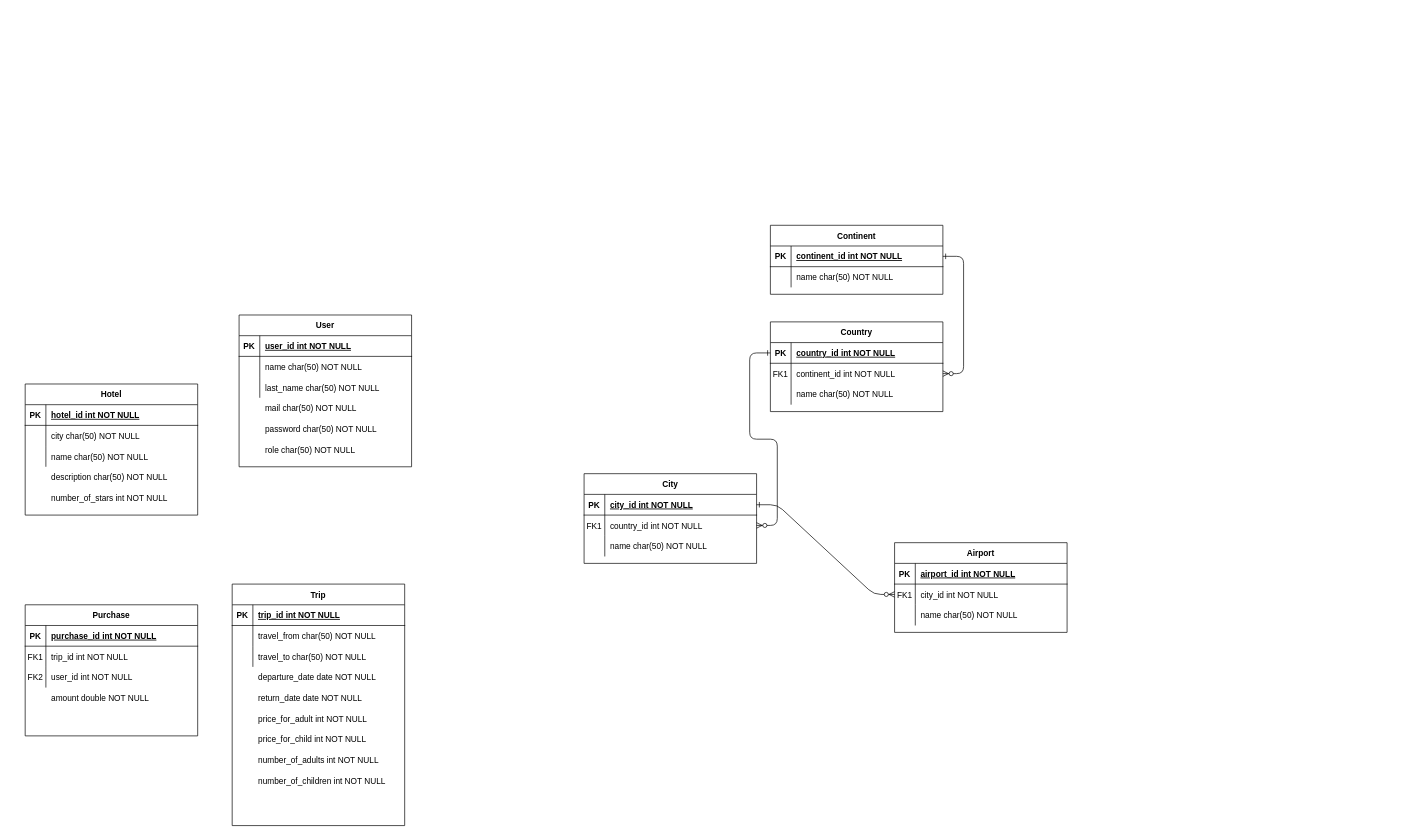
bartlomiej-druszcz/travel-office keeps this draw.io diagram as Diagram bez tytułu.drawio. Above is the earlier version. Source tidied: cells renumbered, new cells numbered last; positions are measured from the earlier drawing's top-left corner, leaving out a move shared by most shapes. Both pictures are drawn from the tidied source at 69%, with x=0, y=0 at pixel (18, 225).
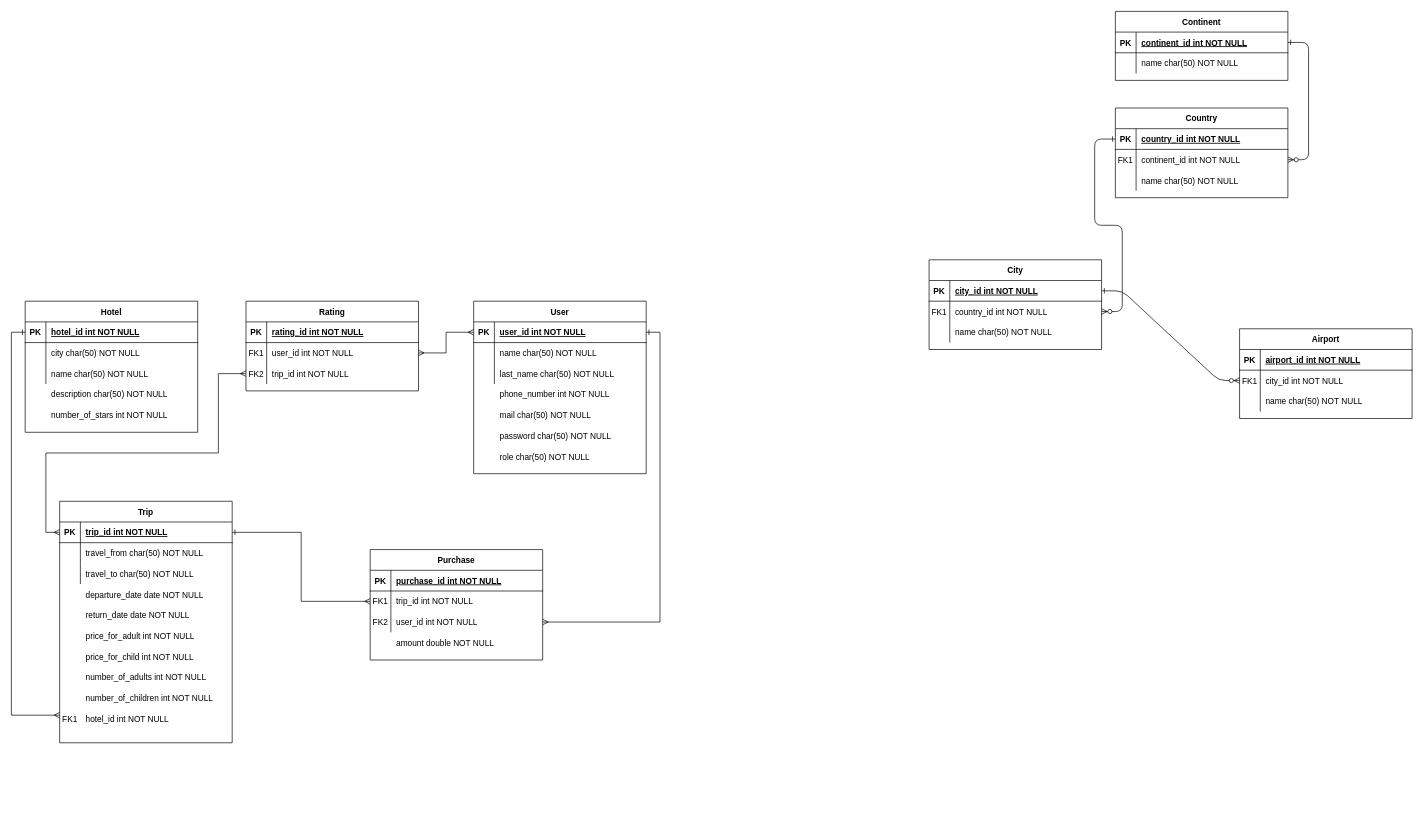
The same page after the edit.

Commit message:
Dodano Rating

Unchanged cells that the change refers to:
```xml
<mxCell id="40" style="shape=partialRectangle;fillColor=none;points=[[0,0.5],[1,0.5]];portConstraint=eastwest;top=0;left=0;right=0;bottom=1;" parent="39" vertex="1">
  <mxGeometry y="30" width="250" height="30" as="geometry" />
</mxCell>
<mxCell id="54" style="shape=partialRectangle;fillColor=none;points=[[0,0.5],[1,0.5]];portConstraint=eastwest;top=0;left=0;right=0;bottom=1;" parent="53" vertex="1">
  <mxGeometry y="30" width="250" height="30" as="geometry" />
</mxCell>
<mxCell id="64" style="shape=partialRectangle;fillColor=none;points=[[0,0.5],[1,0.5]];portConstraint=eastwest;top=0;left=0;right=0;bottom=1;" parent="63" vertex="1">
  <mxGeometry y="30" width="250" height="30" as="geometry" />
</mxCell>
<mxCell id="79" style="shape=partialRectangle;fillColor=none;points=[[0,0.5],[1,0.5]];portConstraint=eastwest;top=0;left=0;right=0;bottom=0;" parent="75" vertex="1">
  <mxGeometry y="60" width="250" height="30" as="geometry" />
</mxCell>
<mxCell id="82" style="shape=partialRectangle;fillColor=none;points=[[0,0.5],[1,0.5]];portConstraint=eastwest;top=0;left=0;right=0;bottom=0;" parent="75" vertex="1">
  <mxGeometry y="90" width="250" height="30" as="geometry" />
</mxCell>
```

Change to the diagram source:
```diff
@@
     <mxCell id="2" value="City" style="shape=table;startSize=30;childLayout=tableLayout;rowLines=0;fontStyle=1;align=center;" parent="1" vertex="1">
-      <mxGeometry x="820" y="360" width="250" height="130" as="geometry" />
+      <mxGeometry x="1320" y="50" width="250" height="130" as="geometry" />
     </mxCell>
@@
     <mxCell id="12" value="Country" style="shape=table;startSize=30;childLayout=tableLayout;rowLines=0;fontStyle=1;align=center;" parent="1" vertex="1">
-      <mxGeometry x="1090" y="140" width="250" height="130" as="geometry" />
+      <mxGeometry x="1590" y="-170" width="250" height="130" as="geometry" />
     </mxCell>
@@
     <mxCell id="22" value="Continent" style="shape=table;startSize=30;childLayout=tableLayout;rowLines=0;fontStyle=1;align=center;" parent="1" vertex="1">
-      <mxGeometry x="1090" width="250" height="100" as="geometry" />
+      <mxGeometry x="1590" y="-310" width="250" height="100" as="geometry" />
     </mxCell>
@@
     <mxCell id="29" value="Airport" style="shape=table;startSize=30;childLayout=tableLayout;rowLines=0;fontStyle=1;align=center;" parent="1" vertex="1">
-      <mxGeometry x="1270" y="460" width="250" height="130" as="geometry" />
+      <mxGeometry x="1770" y="150" width="250" height="130" as="geometry" />
     </mxCell>
@@
     <mxCell id="39" value="Trip" style="shape=table;startSize=30;childLayout=tableLayout;rowLines=0;fontStyle=1;align=center;" parent="1" vertex="1">
-      <mxGeometry x="310" y="520" width="250" height="350" as="geometry" />
+      <mxGeometry x="60" y="400" width="250" height="350" as="geometry" />
     </mxCell>
@@
     <mxCell id="49" style="shape=partialRectangle;overflow=hidden;fillColor=none;top=0;left=0;bottom=0;right=0;" parent="1" vertex="1">
-      <mxGeometry y="340" width="30" height="30" as="geometry" />
+      <mxGeometry x="10" y="230" width="30" height="30" as="geometry" />
     </mxCell>
     <mxCell id="50" value="description char(50) NOT NULL" style="shape=partialRectangle;overflow=hidden;fillColor=none;top=0;left=0;bottom=0;right=0;align=left;spacingLeft=6;" parent="1" vertex="1">
-      <mxGeometry x="40" y="350" width="220" height="30" as="geometry" />
+      <mxGeometry x="40" y="230" width="220" height="30" as="geometry" />
     </mxCell>
     <mxCell id="51" style="shape=partialRectangle;overflow=hidden;fillColor=none;top=0;left=0;bottom=0;right=0;" parent="1" vertex="1">
-      <mxGeometry y="370" width="30" height="30" as="geometry" />
+      <mxGeometry x="10" y="260" width="30" height="30" as="geometry" />
     </mxCell>
     <mxCell id="52" value="number_of_stars int NOT NULL" style="shape=partialRectangle;overflow=hidden;fillColor=none;top=0;left=0;bottom=0;right=0;align=left;spacingLeft=6;" parent="1" vertex="1">
-      <mxGeometry x="40" y="380" width="220" height="30" as="geometry" />
+      <mxGeometry x="40" y="260" width="220" height="30" as="geometry" />
     </mxCell>
     <mxCell id="53" value="Hotel" style="shape=table;startSize=30;childLayout=tableLayout;rowLines=0;fontStyle=1;align=center;" parent="1" vertex="1">
-      <mxGeometry x="10" y="230" width="250" height="190" as="geometry" />
+      <mxGeometry x="10" y="110" width="250" height="190" as="geometry" />
     </mxCell>
@@
     <mxCell id="63" value="User" style="shape=table;startSize=30;childLayout=tableLayout;rowLines=0;fontStyle=1;align=center;" parent="1" vertex="1">
-      <mxGeometry x="320" y="130" width="250" height="220" as="geometry" />
+      <mxGeometry x="660" y="110" width="250" height="250" as="geometry" />
     </mxCell>
@@
     <mxCell id="73" value="mail char(50) NOT NULL" style="shape=partialRectangle;overflow=hidden;fillColor=none;top=0;left=0;bottom=0;right=0;align=left;spacingLeft=6;" parent="1" vertex="1">
-      <mxGeometry x="350" y="250" width="220" height="30" as="geometry" />
+      <mxGeometry x="690" y="260" width="220" height="30" as="geometry" />
     </mxCell>
     <mxCell id="74" value="password char(50) NOT NULL" style="shape=partialRectangle;overflow=hidden;fillColor=none;top=0;left=0;bottom=0;right=0;align=left;spacingLeft=6;" parent="1" vertex="1">
-      <mxGeometry x="350" y="280" width="220" height="30" as="geometry" />
+      <mxGeometry x="690" y="290" width="220" height="30" as="geometry" />
     </mxCell>
     <mxCell id="75" value="Purchase" style="shape=table;startSize=30;childLayout=tableLayout;rowLines=0;fontStyle=1;align=center;" parent="1" vertex="1">
-      <mxGeometry x="10" y="550" width="250" height="190" as="geometry" />
+      <mxGeometry x="510" y="470" width="250" height="160" as="geometry" />
     </mxCell>
@@
     <mxCell id="85" value="amount double NOT NULL" style="shape=partialRectangle;overflow=hidden;fillColor=none;top=0;left=0;bottom=0;right=0;align=left;spacingLeft=6;" parent="1" vertex="1">
-      <mxGeometry x="40" y="670" width="220" height="30" as="geometry" />
+      <mxGeometry x="540" y="590" width="220" height="30" as="geometry" />
     </mxCell>
@@
     <mxCell id="89" value="departure_date date NOT NULL" style="shape=partialRectangle;overflow=hidden;fillColor=none;top=0;left=0;bottom=0;right=0;align=left;spacingLeft=6;" parent="1" vertex="1">
-      <mxGeometry x="340" y="640" width="220" height="30" as="geometry" />
+      <mxGeometry x="90" y="520" width="220" height="30" as="geometry" />
     </mxCell>
     <mxCell id="90" value="return_date date NOT NULL" style="shape=partialRectangle;overflow=hidden;fillColor=none;top=0;left=0;bottom=0;right=0;align=left;spacingLeft=6;" parent="1" vertex="1">
-      <mxGeometry x="340" y="670" width="220" height="30" as="geometry" />
+      <mxGeometry x="90" y="550" width="220" height="30" as="geometry" />
     </mxCell>
     <mxCell id="91" value="price_for_adult int NOT NULL" style="shape=partialRectangle;overflow=hidden;fillColor=none;top=0;left=0;bottom=0;right=0;align=left;spacingLeft=6;" parent="1" vertex="1">
-      <mxGeometry x="340" y="700" width="220" height="30" as="geometry" />
+      <mxGeometry x="90" y="580" width="220" height="30" as="geometry" />
     </mxCell>
     <mxCell id="92" value="price_for_child int NOT NULL" style="shape=partialRectangle;overflow=hidden;fillColor=none;top=0;left=0;bottom=0;right=0;align=left;spacingLeft=6;" parent="1" vertex="1">
-      <mxGeometry x="340" y="730" width="220" height="30" as="geometry" />
+      <mxGeometry x="90" y="610" width="220" height="30" as="geometry" />
     </mxCell>
     <mxCell id="93" value="number_of_adults int NOT NULL" style="shape=partialRectangle;overflow=hidden;fillColor=none;top=0;left=0;bottom=0;right=0;align=left;spacingLeft=6;" parent="1" vertex="1">
-      <mxGeometry x="340" y="760" width="220" height="30" as="geometry" />
+      <mxGeometry x="90" y="640" width="220" height="30" as="geometry" />
     </mxCell>
     <mxCell id="94" value="number_of_children int NOT NULL" style="shape=partialRectangle;overflow=hidden;fillColor=none;top=0;left=0;bottom=0;right=0;align=left;spacingLeft=6;" parent="1" vertex="1">
-      <mxGeometry x="340" y="790" width="220" height="30" as="geometry" />
+      <mxGeometry x="90" y="670" width="220" height="30" as="geometry" />
     </mxCell>
     <mxCell id="95" value="role char(50) NOT NULL" style="shape=partialRectangle;overflow=hidden;fillColor=none;top=0;left=0;bottom=0;right=0;align=left;spacingLeft=6;" parent="1" vertex="1">
-      <mxGeometry x="350" y="310" width="220" height="30" as="geometry" />
+      <mxGeometry x="690" y="320" width="220" height="30" as="geometry" />
     </mxCell>
+    <mxCell id="96" value="phone_number int NOT NULL" style="shape=partialRectangle;overflow=hidden;fillColor=none;top=0;left=0;bottom=0;right=0;align=left;spacingLeft=6;" parent="1" vertex="1">
+      <mxGeometry x="690" y="230" width="220" height="30" as="geometry" />
+    </mxCell>
+    <mxCell id="97" value="hotel_id int NOT NULL" style="shape=partialRectangle;overflow=hidden;fillColor=none;top=0;left=0;bottom=0;right=0;align=left;spacingLeft=6;" parent="1" vertex="1">
+      <mxGeometry x="90" y="700" width="220" height="30" as="geometry" />
+    </mxCell>
+    <mxCell id="98" style="edgeStyle=orthogonalEdgeStyle;rounded=0;jettySize=auto;html=1;entryX=0;entryY=0.5;entryDx=0;entryDy=0;endArrow=ERone;endFill=0;startArrow=ERmany;startFill=0;" parent="1" edge="1" target="54">
+      <mxGeometry relative="1" as="geometry">
+        <mxPoint x="60" y="710" as="sourcePoint" />
+        <Array as="points">
+          <mxPoint x="-10" y="710" />
+          <mxPoint x="-10" y="155" />
+        </Array>
+      </mxGeometry>
+    </mxCell>
+    <mxCell id="99" value="FK1" style="shape=partialRectangle;overflow=hidden;fillColor=none;top=0;left=0;bottom=0;right=0;" parent="1" vertex="1">
+      <mxGeometry x="60" y="700" width="30" height="30" as="geometry" />
+    </mxCell>
+    <mxCell id="100" value="Rating" style="shape=table;startSize=30;childLayout=tableLayout;rowLines=0;fontStyle=1;align=center;" parent="1" vertex="1">
+      <mxGeometry x="330" y="110" width="250" height="130" as="geometry" />
+    </mxCell>
+    <mxCell id="101" style="shape=partialRectangle;fillColor=none;top=0;left=0;right=0;bottom=1;" parent="100" vertex="1">
+      <mxGeometry y="30" width="250" height="30" as="geometry" />
+    </mxCell>
+    <mxCell id="102" value="PK" style="shape=partialRectangle;overflow=hidden;fillColor=none;top=0;left=0;bottom=0;right=0;fontStyle=1;" parent="101" vertex="1">
+      <mxGeometry width="30" height="30" as="geometry" />
+    </mxCell>
+    <mxCell id="103" value="rating_id int NOT NULL " style="shape=partialRectangle;overflow=hidden;fillColor=none;top=0;left=0;bottom=0;right=0;align=left;spacingLeft=6;fontStyle=5;" parent="101" vertex="1">
+      <mxGeometry x="30" width="220" height="30" as="geometry" />
+    </mxCell>
+    <mxCell id="104" style="shape=partialRectangle;fillColor=none;points=[[0,0.5],[1,0.5]];portConstraint=eastwest;top=0;left=0;right=0;bottom=0;" parent="100" vertex="1">
+      <mxGeometry y="60" width="250" height="30" as="geometry" />
+    </mxCell>
+    <mxCell id="105" value="FK1" style="shape=partialRectangle;overflow=hidden;fillColor=none;top=0;left=0;bottom=0;right=0;" parent="104" vertex="1">
+      <mxGeometry width="30" height="30" as="geometry" />
+    </mxCell>
+    <mxCell id="106" value="user_id int NOT NULL" style="shape=partialRectangle;overflow=hidden;fillColor=none;top=0;left=0;bottom=0;right=0;align=left;spacingLeft=6;" parent="104" vertex="1">
+      <mxGeometry x="30" width="220" height="30" as="geometry" />
+    </mxCell>
+    <mxCell id="107" style="shape=partialRectangle;fillColor=none;points=[[0,0.5],[1,0.5]];portConstraint=eastwest;top=0;left=0;right=0;bottom=0;" parent="100" vertex="1">
+      <mxGeometry y="90" width="250" height="30" as="geometry" />
+    </mxCell>
+    <mxCell id="108" value="FK2" style="shape=partialRectangle;overflow=hidden;fillColor=none;top=0;left=0;bottom=0;right=0;" parent="107" vertex="1">
+      <mxGeometry width="30" height="30" as="geometry" />
+    </mxCell>
+    <mxCell id="109" value="trip_id int NOT NULL" style="shape=partialRectangle;overflow=hidden;fillColor=none;top=0;left=0;bottom=0;right=0;align=left;spacingLeft=6;" parent="107" vertex="1">
+      <mxGeometry x="30" width="220" height="30" as="geometry" />
+    </mxCell>
+    <mxCell id="110" style="edgeStyle=orthogonalEdgeStyle;rounded=0;jettySize=auto;html=1;exitX=0;exitY=0.5;exitDx=0;exitDy=0;entryX=0;entryY=0.5;entryDx=0;entryDy=0;endArrow=ERmany;endFill=0;startArrow=ERmany;startFill=0;" parent="1" edge="1" source="40" target="107">
+      <mxGeometry relative="1" as="geometry">
+        <Array as="points">
+          <mxPoint x="40" y="445" />
+          <mxPoint x="40" y="330" />
+          <mxPoint x="290" y="330" />
+          <mxPoint x="290" y="215" />
+        </Array>
+      </mxGeometry>
+    </mxCell>
+    <mxCell id="111" style="edgeStyle=orthogonalEdgeStyle;rounded=0;jettySize=auto;html=1;exitX=0;exitY=0.5;exitDx=0;exitDy=0;entryX=1;entryY=0.5;entryDx=0;entryDy=0;endArrow=ERmany;endFill=0;startArrow=ERmany;startFill=0;" parent="1" edge="1" source="64" target="104">
+      <mxGeometry relative="1" as="geometry" />
+    </mxCell>
+    <mxCell id="112" style="edgeStyle=orthogonalEdgeStyle;rounded=0;jettySize=auto;html=1;exitX=1;exitY=0.5;exitDx=0;exitDy=0;entryX=0;entryY=0.5;entryDx=0;entryDy=0;endArrow=ERmany;endFill=0;startArrow=ERone;startFill=0;" parent="1" edge="1" source="40" target="79">
+      <mxGeometry relative="1" as="geometry" />
+    </mxCell>
+    <mxCell id="113" style="edgeStyle=orthogonalEdgeStyle;rounded=0;jettySize=auto;html=1;exitX=1;exitY=0.5;exitDx=0;exitDy=0;entryX=1;entryY=0.5;entryDx=0;entryDy=0;endArrow=ERone;endFill=0;startArrow=ERmany;startFill=0;" parent="1" edge="1" source="82" target="64">
+      <mxGeometry relative="1" as="geometry" />
+    </mxCell>
```
